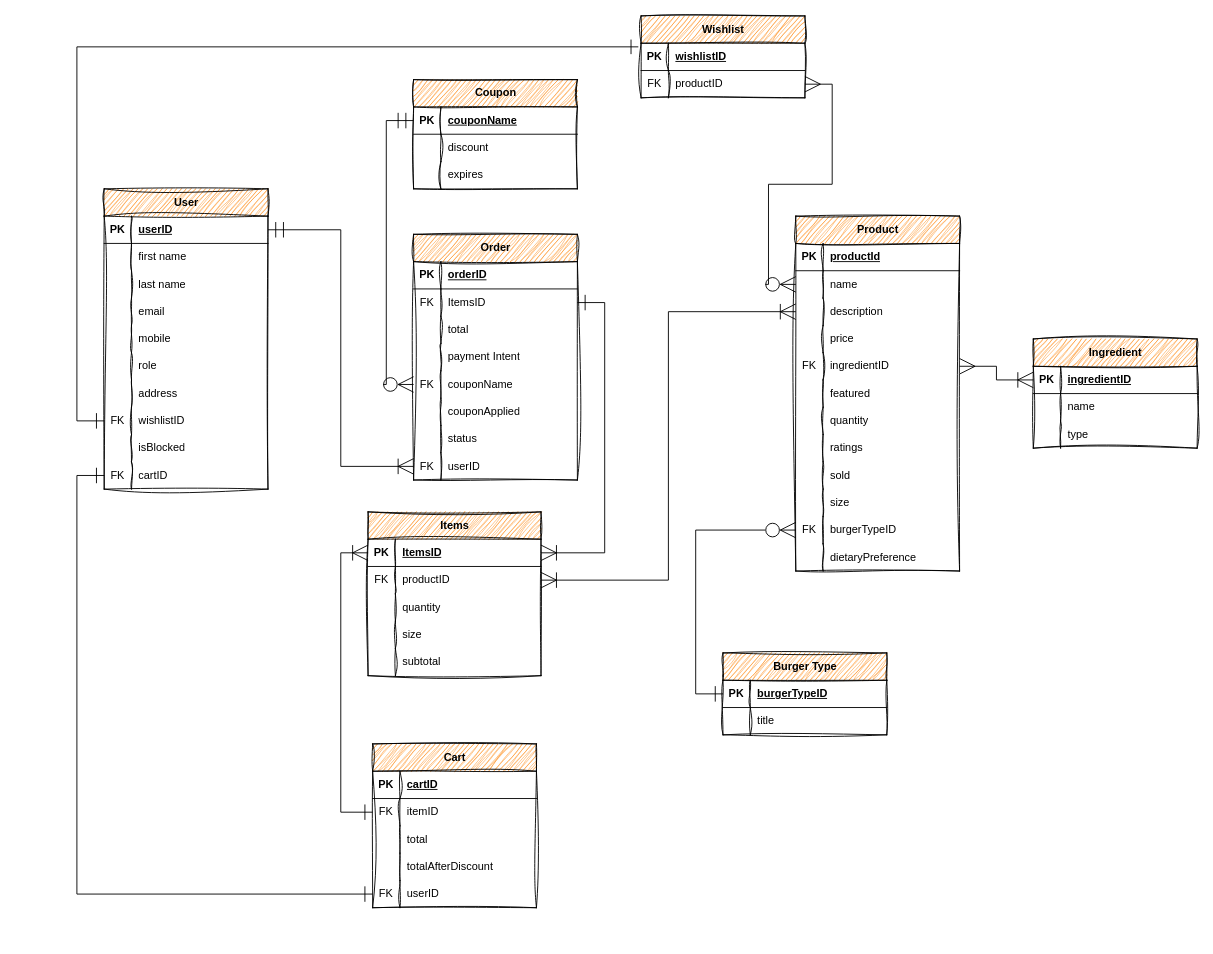
The draw.io diagram ER.drawio in JonR-lang/burger-restaurant-api, before the edit. Source tidied: cells renumbered, new cells numbered last; positions are measured from the earlier drawing's top-left corner, leaving out a move shared by most shapes. Both pictures are drawn from the tidied source at 91%, with x=0, y=0 at pixel (104, 15).
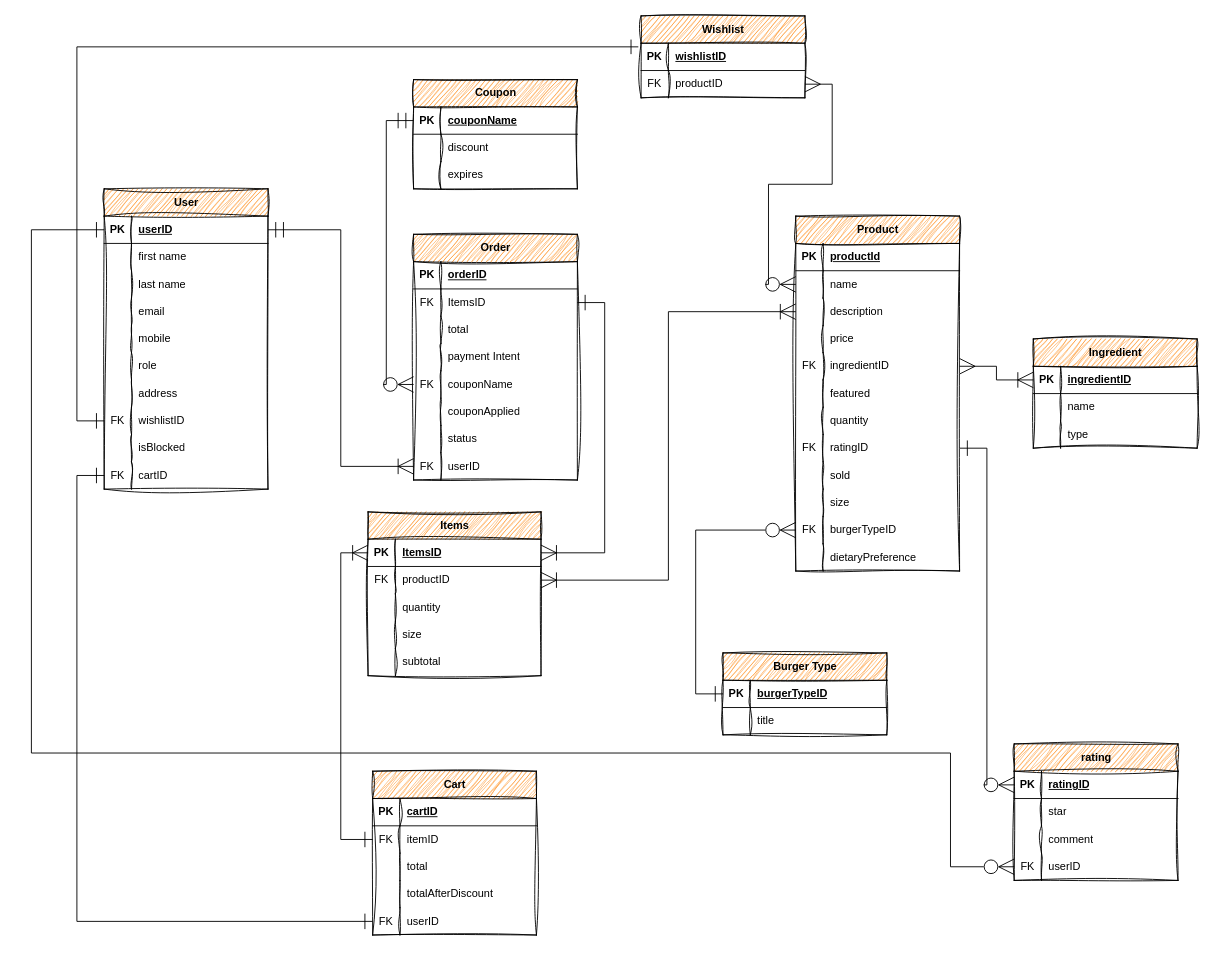
The same page after the edit.

Unchanged cells that the change refers to:
```xml
<mxCell id="3" style="shape=tableRow;horizontal=0;startSize=0;swimlaneHead=0;swimlaneBody=0;fillColor=none;points=[[0,0.5],[1,0.5]];portConstraint=eastwest;top=0;left=0;right=0;bottom=1;" parent="2" vertex="1">
  <mxGeometry y="30" width="180" height="30" as="geometry" />
</mxCell>
<mxCell id="80" style="shape=tableRow;horizontal=0;startSize=0;swimlaneHead=0;swimlaneBody=0;fillColor=none;points=[[0,0.5],[1,0.5]];portConstraint=eastwest;top=0;left=0;right=0;bottom=0;" parent="58" vertex="1">
  <mxGeometry y="240" width="180" height="30" as="geometry" />
</mxCell>
```

The edit, as a diff of the source:
```diff
@@
-<mxGraphModel>
+<mxGraphModel background="#ffffff">
@@
-    <mxCell id="81" style="shape=partialRectangle;fillColor=none;top=0;left=0;bottom=0;right=0;overflow=hidden;whiteSpace=wrap;html=1;" parent="80" vertex="1">
+    <mxCell id="81" value="FK" style="shape=partialRectangle;fillColor=none;top=0;left=0;bottom=0;right=0;overflow=hidden;whiteSpace=wrap;html=1;" parent="80" vertex="1">
       <mxGeometry width="30" height="30" as="geometry" />
     </mxCell>
-    <mxCell id="82" value="ratings" style="shape=partialRectangle;fillColor=none;top=0;left=0;bottom=0;right=0;align=left;spacingLeft=6;overflow=hidden;whiteSpace=wrap;html=1;" parent="80" vertex="1">
+    <mxCell id="82" value="ratingID" style="shape=partialRectangle;fillColor=none;top=0;left=0;bottom=0;right=0;align=left;spacingLeft=6;overflow=hidden;whiteSpace=wrap;html=1;" parent="80" vertex="1">
       <mxGeometry x="30" width="150" height="30" as="geometry" />
     </mxCell>
@@
     <mxCell id="128" value="Cart" style="shape=table;startSize=30;childLayout=tableLayout;rowLines=0;fontStyle=1;align=center;html=1;fillColor=#FF8000;sketch=1;curveFitting=1;jiggle=2;" parent="1" vertex="1">
-      <mxGeometry x="295" y="800" width="180" height="180" as="geometry" />
+      <mxGeometry x="295" y="830" width="180" height="180" as="geometry" />
     </mxCell>
@@
+    <mxCell id="171" value="rating" style="shape=table;startSize=30;childLayout=tableLayout;rowLines=0;fontStyle=1;align=center;html=1;fillColor=#FF8000;sketch=1;curveFitting=1;jiggle=2;" parent="1" vertex="1">
+      <mxGeometry x="1000" y="800" width="180" height="150" as="geometry" />
+    </mxCell>
+    <mxCell id="172" style="shape=tableRow;horizontal=0;startSize=0;swimlaneHead=0;swimlaneBody=0;fillColor=none;points=[[0,0.5],[1,0.5]];portConstraint=eastwest;top=0;left=0;right=0;bottom=1;" parent="171" vertex="1">
+      <mxGeometry y="30" width="180" height="30" as="geometry" />
+    </mxCell>
+    <mxCell id="173" value="PK" style="shape=partialRectangle;fillColor=none;top=0;left=0;bottom=0;right=0;fontStyle=1;overflow=hidden;whiteSpace=wrap;html=1;" parent="172" vertex="1">
+      <mxGeometry width="30" height="30" as="geometry" />
+    </mxCell>
+    <mxCell id="174" value="ratingID" style="shape=partialRectangle;fillColor=none;top=0;left=0;bottom=0;right=0;align=left;spacingLeft=6;fontStyle=5;overflow=hidden;whiteSpace=wrap;html=1;" parent="172" vertex="1">
+      <mxGeometry x="30" width="150" height="30" as="geometry" />
+    </mxCell>
+    <mxCell id="175" style="shape=tableRow;horizontal=0;startSize=0;swimlaneHead=0;swimlaneBody=0;fillColor=none;top=0;left=0;right=0;bottom=0;" parent="171" vertex="1">
+      <mxGeometry y="60" width="180" height="30" as="geometry" />
+    </mxCell>
+    <mxCell id="176" style="shape=partialRectangle;fillColor=none;top=0;left=0;bottom=0;right=0;overflow=hidden;whiteSpace=wrap;html=1;" parent="175" vertex="1">
+      <mxGeometry width="30" height="30" as="geometry" />
+    </mxCell>
+    <mxCell id="177" value="star" style="shape=partialRectangle;fillColor=none;top=0;left=0;bottom=0;right=0;align=left;spacingLeft=6;overflow=hidden;whiteSpace=wrap;html=1;" parent="175" vertex="1">
+      <mxGeometry x="30" width="150" height="30" as="geometry" />
+    </mxCell>
+    <mxCell id="178" style="shape=tableRow;horizontal=0;startSize=0;swimlaneHead=0;swimlaneBody=0;fillColor=none;top=0;left=0;right=0;bottom=0;" parent="171" vertex="1">
+      <mxGeometry y="90" width="180" height="30" as="geometry" />
+    </mxCell>
+    <mxCell id="179" style="shape=partialRectangle;fillColor=none;top=0;left=0;bottom=0;right=0;overflow=hidden;whiteSpace=wrap;html=1;" parent="178" vertex="1">
+      <mxGeometry width="30" height="30" as="geometry" />
+    </mxCell>
+    <mxCell id="180" value="comment" style="shape=partialRectangle;fillColor=none;top=0;left=0;bottom=0;right=0;align=left;spacingLeft=6;overflow=hidden;whiteSpace=wrap;html=1;" parent="178" vertex="1">
+      <mxGeometry x="30" width="150" height="30" as="geometry" />
+    </mxCell>
+    <mxCell id="181" style="shape=tableRow;horizontal=0;startSize=0;swimlaneHead=0;swimlaneBody=0;fillColor=none;points=[[0,0.5],[1,0.5]];portConstraint=eastwest;top=0;left=0;right=0;bottom=0;" parent="171" vertex="1">
+      <mxGeometry y="120" width="180" height="30" as="geometry" />
+    </mxCell>
+    <mxCell id="182" value="FK" style="shape=partialRectangle;fillColor=none;top=0;left=0;bottom=0;right=0;overflow=hidden;whiteSpace=wrap;html=1;" parent="181" vertex="1">
+      <mxGeometry width="30" height="30" as="geometry" />
+    </mxCell>
+    <mxCell id="183" value="userID" style="shape=partialRectangle;fillColor=none;top=0;left=0;bottom=0;right=0;align=left;spacingLeft=6;overflow=hidden;whiteSpace=wrap;html=1;" parent="181" vertex="1">
+      <mxGeometry x="30" width="150" height="30" as="geometry" />
+    </mxCell>
+    <mxCell id="184" style="edgeStyle=orthogonalEdgeStyle;rounded=0;jettySize=auto;html=1;exitX=1;exitY=0.5;exitDx=0;exitDy=0;entryX=0;entryY=0.5;entryDx=0;entryDy=0;endArrow=ERzeroToMany;endFill=0;endSize=15;startSize=15;startArrow=ERone;startFill=0;" parent="1" edge="1" source="80" target="172">
+      <mxGeometry relative="1" as="geometry" />
+    </mxCell>
+    <mxCell id="185" style="edgeStyle=orthogonalEdgeStyle;rounded=0;jettySize=auto;html=1;exitX=0;exitY=0.5;exitDx=0;exitDy=0;entryX=0;entryY=0.5;entryDx=0;entryDy=0;startArrow=ERzeroToMany;startFill=0;endSize=15;startSize=15;endArrow=ERone;endFill=0;" parent="1" edge="1" source="181" target="3">
+      <mxGeometry relative="1" as="geometry">
+        <Array as="points">
+          <mxPoint x="930" y="935" />
+          <mxPoint x="930" y="810" />
+          <mxPoint x="-80" y="810" />
+          <mxPoint x="-80" y="235" />
+        </Array>
+      </mxGeometry>
+    </mxCell>
```
